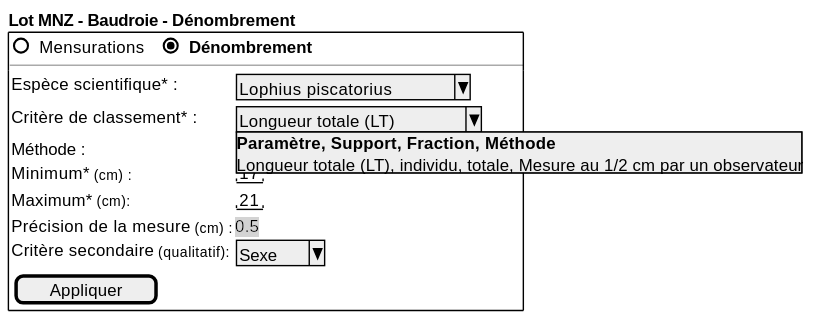
Above: projects/common/spe/images/numerical-classification-criteria-selection.svg in sumaris-net/sumaris-doc (PlantUML), before the change. Its source is kept beside it as projects/common/spe/images/numerical-classification-criteria-selection.puml.
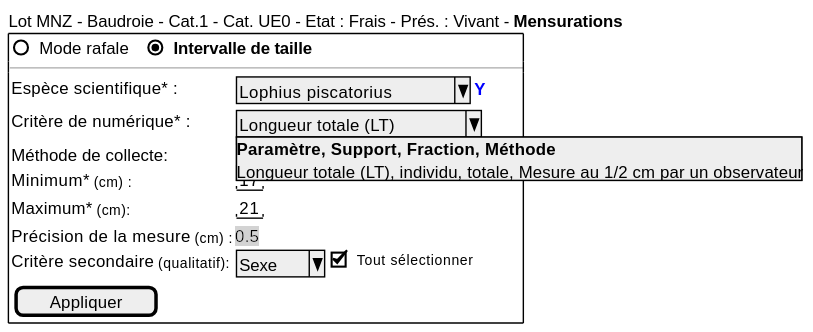
After the commit.

What changed in the source:
```diff
@@ -1,16 +1,16 @@
 @startsalt
 {
-    **Lot MNZ - Baudroie - <b>Dénombrement**
+    Lot MNZ - Baudroie - Cat.1 - Cat. UE0 - Etat : Frais - Prés. : Vivant - <b>Mensurations
 
   {+
-    { | ()Mensurations  | . | . |  (X)<b>Dénombrement | . | . | . | . | . | . | . | . | . |. |. |. |. |. |. |. |. |. |. |. |. |. |. |. |. }
+    { | ()Mode rafale  | . | . |  (X)<b>Intervalle de taille | . | . | . | . | . | . | . | . | . |. |. |. |. |. |. |. |. |. |. |. |. |. |. |. |. }
     --
 {
-      Espèce scientifique* :    | { ^Lophius piscatorius^ }
+      Espèce scientifique* :    | { ^Lophius piscatorius^ | <color:blue><b>Y}
 
-      Critère de classement* :    | { ^Longueur totale (LT)^^<b>Paramètre,   Support, Fraction,  Méthode^^Longueur totale (LT), individu, totale, Mesure au 1/2 cm par un observateur^ }
+      Critère de numérique* :    | { ^Longueur totale (LT)^^<b>Paramètre,   Support, Fraction,  Méthode^^Longueur totale (LT), individu, totale, Mesure au 1/2 cm par un observateur^ }
 
-      Méthode :    | <back:lightgrey><font color=black size=12>Mesure au 1/2 cm par un observateur
+      Méthode de collecte:    | <back:lightgrey><font color=black size=12>Mesure au 1/2 cm par un observateur
 
       Minimum* <font size=10>(cm) :   |  "17"
 
@@ -18,7 +18,7 @@
 
       Précision de la mesure <font size=10>(cm) :    |  <back:lightgrey><font color=black size=12>0.5
 
-      Critère secondaire <font size=10>(qualitatif): { ^ Sexe ^ }
+      Critère secondaire <font size=10>(qualitatif): { ^ Sexe ^ | [X]<font size=10>Tout sélectionner}
 
       { [   Appliquer] }
 
```
